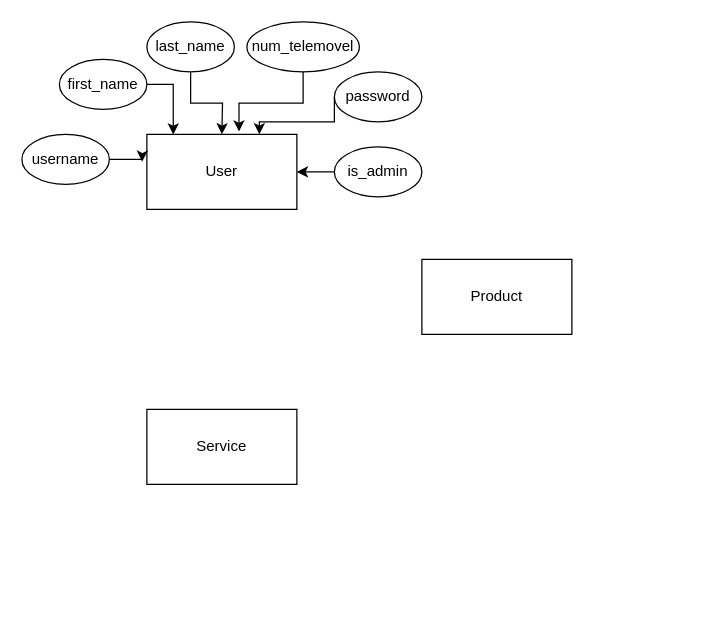
Above: diagrama.drawio in sixpackacademy/plan (draw.io), before the change. Source tidied: cells renumbered, new cells numbered last; positions are measured from the earlier drawing's top-left corner, leaving out a move shared by most shapes. Both pictures are drawn from the tidied source at 125%, with x=0, y=0 at pixel (21, 21).
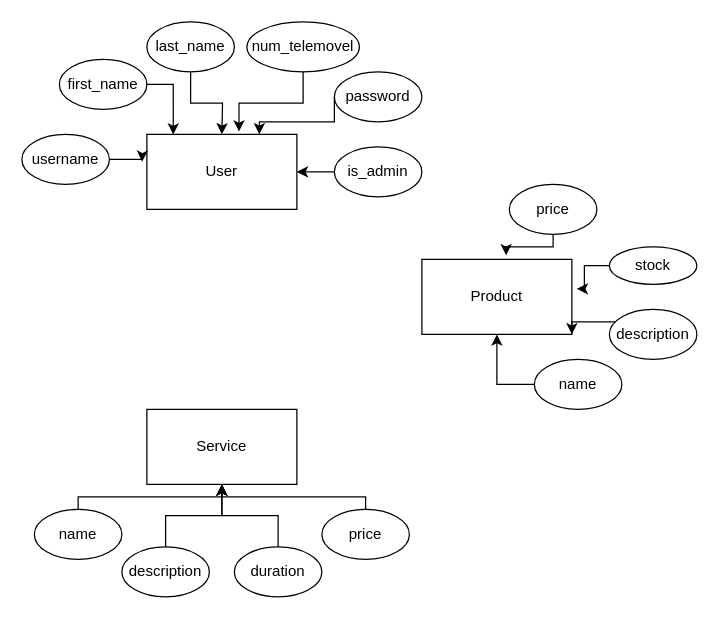
After the change.

Commit message:
Atributos Entidades

Unchanged cells that the change refers to:
```xml
<mxCell id="3" value="Service" style="rounded=0;whiteSpace=wrap;html=1;" parent="1" vertex="1">
  <mxGeometry x="100" y="310" width="120" height="60" as="geometry" />
</mxCell>
<mxCell id="4" value="Product" style="rounded=0;whiteSpace=wrap;html=1;" parent="1" vertex="1">
  <mxGeometry x="320" y="190" width="120" height="60" as="geometry" />
</mxCell>
```

The edit, as a diff of the source:
```diff
@@
+    <mxCell id="17" style="edgeStyle=orthogonalEdgeStyle;rounded=0;jettySize=auto;html=1;entryX=0.5;entryY=1;entryDx=0;entryDy=0;" parent="1" edge="1" source="18" target="3">
+      <mxGeometry relative="1" as="geometry">
+        <Array as="points">
+          <mxPoint x="160" y="380" />
+        </Array>
+      </mxGeometry>
+    </mxCell>
+    <mxCell id="18" value="name" style="ellipse;whiteSpace=wrap;html=1;" parent="1" vertex="1">
+      <mxGeometry x="10" y="390" width="70" height="40" as="geometry" />
+    </mxCell>
+    <mxCell id="19" style="edgeStyle=orthogonalEdgeStyle;rounded=0;jettySize=auto;html=1;entryX=0.5;entryY=1;entryDx=0;entryDy=0;" parent="1" edge="1" source="20" target="3">
+      <mxGeometry relative="1" as="geometry" />
+    </mxCell>
+    <mxCell id="20" value="description" style="ellipse;whiteSpace=wrap;html=1;" parent="1" vertex="1">
+      <mxGeometry x="80" y="420" width="70" height="40" as="geometry" />
+    </mxCell>
+    <mxCell id="21" style="edgeStyle=orthogonalEdgeStyle;rounded=0;jettySize=auto;html=1;entryX=0.5;entryY=1;entryDx=0;entryDy=0;" parent="1" edge="1" source="22" target="3">
+      <mxGeometry relative="1" as="geometry" />
+    </mxCell>
+    <mxCell id="22" value="duration" style="ellipse;whiteSpace=wrap;html=1;" parent="1" vertex="1">
+      <mxGeometry x="170" y="420" width="70" height="40" as="geometry" />
+    </mxCell>
+    <mxCell id="23" value="price&lt;br&gt;" style="ellipse;whiteSpace=wrap;html=1;" parent="1" vertex="1">
+      <mxGeometry x="390" y="130" width="70" height="40" as="geometry" />
+    </mxCell>
+    <mxCell id="24" style="edgeStyle=orthogonalEdgeStyle;rounded=0;jettySize=auto;html=1;exitX=0;exitY=0.5;exitDx=0;exitDy=0;entryX=0.5;entryY=1;entryDx=0;entryDy=0;" parent="1" edge="1" source="25" target="4">
+      <mxGeometry relative="1" as="geometry" />
+    </mxCell>
+    <mxCell id="25" value="name" style="ellipse;whiteSpace=wrap;html=1;" parent="1" vertex="1">
+      <mxGeometry x="410" y="270" width="70" height="40" as="geometry" />
+    </mxCell>
+    <mxCell id="26" style="edgeStyle=orthogonalEdgeStyle;rounded=0;jettySize=auto;html=1;entryX=1;entryY=1;entryDx=0;entryDy=0;" parent="1" edge="1" source="27" target="4">
+      <mxGeometry relative="1" as="geometry">
+        <Array as="points">
+          <mxPoint x="460" y="240" />
+          <mxPoint x="460" y="240" />
+        </Array>
+      </mxGeometry>
+    </mxCell>
+    <mxCell id="27" value="description" style="ellipse;whiteSpace=wrap;html=1;" parent="1" vertex="1">
+      <mxGeometry x="470" y="230" width="70" height="40" as="geometry" />
+    </mxCell>
+    <mxCell id="28" value="stock" style="ellipse;whiteSpace=wrap;html=1;" parent="1" vertex="1">
+      <mxGeometry x="470" y="180" width="70" height="30" as="geometry" />
+    </mxCell>
+    <mxCell id="29" style="edgeStyle=orthogonalEdgeStyle;rounded=0;jettySize=auto;html=1;entryX=1.033;entryY=0.393;entryDx=0;entryDy=0;entryPerimeter=0;" parent="1" edge="1" source="28" target="4">
+      <mxGeometry relative="1" as="geometry" />
+    </mxCell>
+    <mxCell id="30" style="edgeStyle=orthogonalEdgeStyle;rounded=0;jettySize=auto;html=1;entryX=0.562;entryY=-0.055;entryDx=0;entryDy=0;entryPerimeter=0;" parent="1" edge="1" source="23" target="4">
+      <mxGeometry relative="1" as="geometry">
+        <Array as="points">
+          <mxPoint x="425" y="180" />
+          <mxPoint x="387" y="180" />
+        </Array>
+      </mxGeometry>
+    </mxCell>
+    <mxCell id="31" style="edgeStyle=orthogonalEdgeStyle;rounded=0;jettySize=auto;html=1;entryX=0.5;entryY=1;entryDx=0;entryDy=0;" parent="1" edge="1" source="32" target="3">
+      <mxGeometry relative="1" as="geometry">
+        <Array as="points">
+          <mxPoint x="160" y="380" />
+        </Array>
+      </mxGeometry>
+    </mxCell>
+    <mxCell id="32" value="price&lt;br&gt;" style="ellipse;whiteSpace=wrap;html=1;" parent="1" vertex="1">
+      <mxGeometry x="240" y="390" width="70" height="40" as="geometry" />
+    </mxCell>
```
